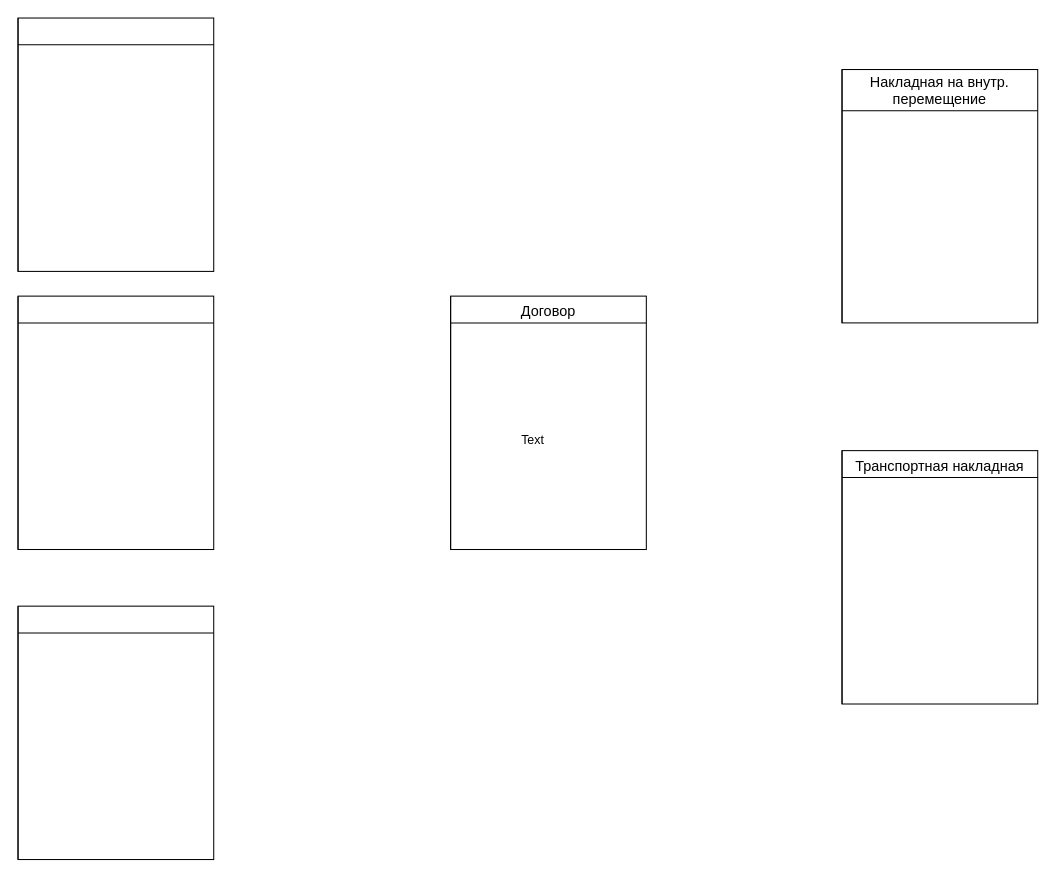
lexa-pnz/Model_Schemes keeps this draw.io diagram as Untitled Diagram.drawio. Above is the earlier version. Source tidied: cells renumbered, new cells numbered last; positions are measured from the earlier drawing's top-left corner, leaving out a move shared by most shapes. Both pictures are drawn from the tidied source at 103%, with x=0, y=0 at pixel (18, 18).
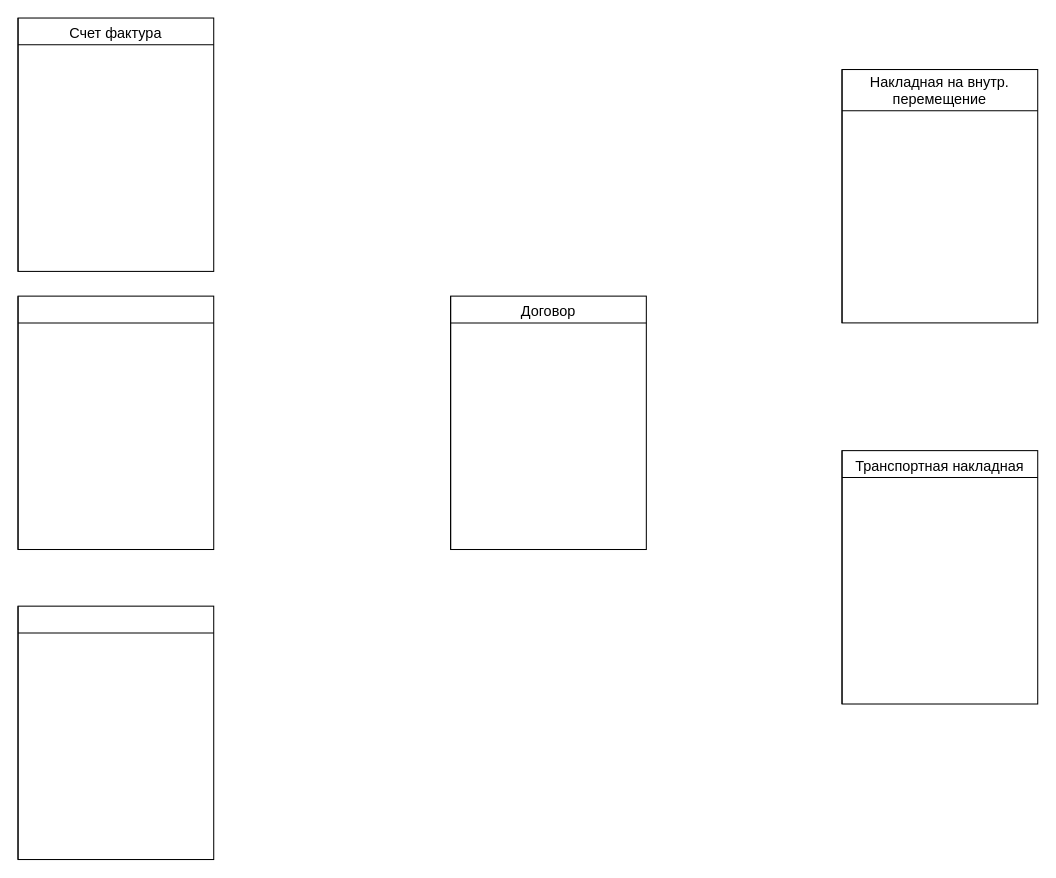
The same diagram, later.

What changed in the source:
```diff
@@
 <mxGraphModel>
   <root>
     <mxCell id="0" />
     <mxCell id="1" parent="0" />
     <mxCell id="2" style="shape=internalStorage;whiteSpace=wrap;html=1;backgroundOutline=1;dx=0;dy=26;" parent="1" vertex="1">
       <mxGeometry y="571" width="190" height="246" as="geometry" />
     </mxCell>
     <mxCell id="3" style="shape=internalStorage;whiteSpace=wrap;html=1;backgroundOutline=1;dx=0;dy=26;" parent="1" vertex="1">
       <mxGeometry y="270" width="190" height="246" as="geometry" />
     </mxCell>
     <mxCell id="4" style="shape=internalStorage;whiteSpace=wrap;html=1;backgroundOutline=1;dx=0;dy=40;" parent="1" vertex="1">
       <mxGeometry x="800" y="50" width="190" height="246" as="geometry" />
     </mxCell>
     <mxCell id="5" style="shape=internalStorage;whiteSpace=wrap;html=1;backgroundOutline=1;dx=0;dy=26;" parent="1" vertex="1">
       <mxGeometry x="800" y="420" width="190" height="246" as="geometry" />
     </mxCell>
     <mxCell id="6" style="shape=internalStorage;whiteSpace=wrap;html=1;backgroundOutline=1;dx=0;dy=26;" parent="1" vertex="1">
       <mxGeometry width="190" height="246" as="geometry" />
     </mxCell>
     <mxCell id="7" style="shape=internalStorage;whiteSpace=wrap;html=1;backgroundOutline=1;dx=0;dy=26;" parent="1" vertex="1">
       <mxGeometry x="420" y="270" width="190" height="246" as="geometry" />
     </mxCell>
-    <mxCell id="8" value="Text" style="text;html=1;strokeColor=none;fillColor=none;align=center;verticalAlign=middle;whiteSpace=wrap;rounded=0;" parent="1" vertex="1">
-      <mxGeometry x="480" y="400" width="40" height="20" as="geometry" />
-    </mxCell>
     <mxCell id="9" value="&lt;font style=&quot;font-size: 14px&quot;&gt;Транспортная накладная&lt;/font&gt;" style="text;html=1;strokeColor=none;fillColor=none;align=center;verticalAlign=middle;whiteSpace=wrap;rounded=0;" parent="1" vertex="1">
       <mxGeometry x="800" y="420" width="190" height="30" as="geometry" />
     </mxCell>
     <mxCell id="10" value="&lt;font style=&quot;font-size: 14px&quot;&gt;Договор&lt;/font&gt;" style="text;html=1;strokeColor=none;fillColor=none;align=center;verticalAlign=middle;whiteSpace=wrap;rounded=0;" parent="1" vertex="1">
       <mxGeometry x="420" y="270" width="190" height="30" as="geometry" />
     </mxCell>
     <mxCell id="11" value="&lt;font style=&quot;font-size: 14px&quot;&gt;Накладная на внутр. перемещение&lt;/font&gt;" style="text;html=1;strokeColor=none;fillColor=none;align=center;verticalAlign=middle;whiteSpace=wrap;rounded=0;" parent="1" vertex="1">
       <mxGeometry x="800" y="50" width="190" height="40" as="geometry" />
     </mxCell>
+    <mxCell id="12" value="&lt;font style=&quot;font-size: 14px&quot;&gt;Счет фактура&lt;/font&gt;" style="text;html=1;strokeColor=none;fillColor=none;align=center;verticalAlign=middle;whiteSpace=wrap;rounded=0;" parent="1" vertex="1">
+      <mxGeometry width="190" height="30" as="geometry" />
+    </mxCell>
   </root>
 </mxGraphModel>
```
